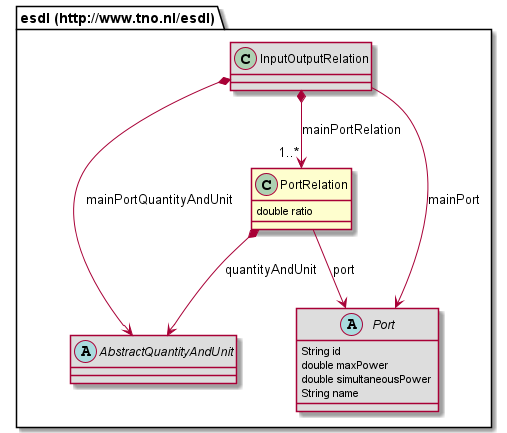
EnergyTransition/energytransition.github.io keeps this PlantUML diagram as 687474703a2f2f7777772e746e6f2e6e6c2f6573646c/PortRelation.png. Above is the earlier version.
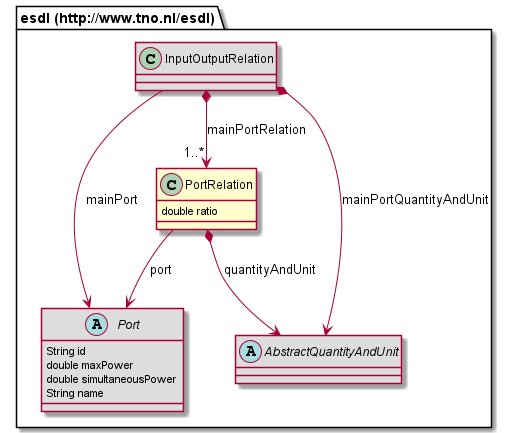
Above is the later version.

Diff of the diagram source:
```diff
@@ -1,8 +1,6 @@
 @startuml
 class "esdl (http://www.tno.nl/esdl).PortRelation" [[#router/doc-content/687474703a2f2f7777772e746e6f2e6e6c2f6573646c/PortRelation.html{Specifies the relation between a port and the main port using a specific ratio.}]] {
 	double ratio
-}
-abstract class "esdl (http://www.tno.nl/esdl).AbstractQuantityAndUnit" [[#router/doc-content/687474703a2f2f7777772e746e6f2e6e6c2f6573646c/AbstractQuantityAndUnit.html{Abstract class to describe QuantityAndUnitTypes or references to these}]] #DDDDDD {
 }
 abstract class "esdl (http://www.tno.nl/esdl).Port" [[#router/doc-content/687474703a2f2f7777772e746e6f2e6e6c2f6573646c/Port.html{Ports allow connections between EnergyAssets. }]] #DDDDDD {
 	String id
@@ -12,9 +10,11 @@
 }
 class "esdl (http://www.tno.nl/esdl).InputOutputRelation" [[#router/doc-content/687474703a2f2f7777772e746e6f2e6e6c2f6573646c/InputOutputRelation.html{Describes the relation between one of the ports of an asset (the mainPort) and all other ports using a specific ratio. }]] #DDDDDD {
 }
-"esdl (http://www.tno.nl/esdl).PortRelation" --> "esdl (http://www.tno.nl/esdl).Port" : port
-"esdl (http://www.tno.nl/esdl).PortRelation" *--> "esdl (http://www.tno.nl/esdl).AbstractQuantityAndUnit" : quantityAndUnit
+abstract class "esdl (http://www.tno.nl/esdl).AbstractQuantityAndUnit" [[#router/doc-content/687474703a2f2f7777772e746e6f2e6e6c2f6573646c/AbstractQuantityAndUnit.html{Abstract class to describe QuantityAndUnitTypes or references to these}]] #DDDDDD {
+}
 "esdl (http://www.tno.nl/esdl).InputOutputRelation" *--> "1..*" "esdl (http://www.tno.nl/esdl).PortRelation" : mainPortRelation
 "esdl (http://www.tno.nl/esdl).InputOutputRelation" --> "esdl (http://www.tno.nl/esdl).Port" : mainPort
 "esdl (http://www.tno.nl/esdl).InputOutputRelation" *--> "esdl (http://www.tno.nl/esdl).AbstractQuantityAndUnit" : mainPortQuantityAndUnit
+"esdl (http://www.tno.nl/esdl).PortRelation" --> "esdl (http://www.tno.nl/esdl).Port" : port
+"esdl (http://www.tno.nl/esdl).PortRelation" *--> "esdl (http://www.tno.nl/esdl).AbstractQuantityAndUnit" : quantityAndUnit
 @enduml
```
